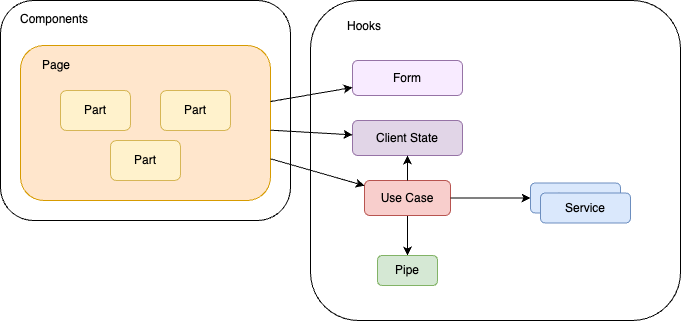
Before: example-app/SantokuApp/.attachments/stereotype.drawio.png, a diagram exported from draw.io (ws-4020/mobile-app-crib-notes). Source tidied: cells renumbered, new cells last; positions are measured from the earlier drawing's top-left corner, leaving out a move shared by most shapes.
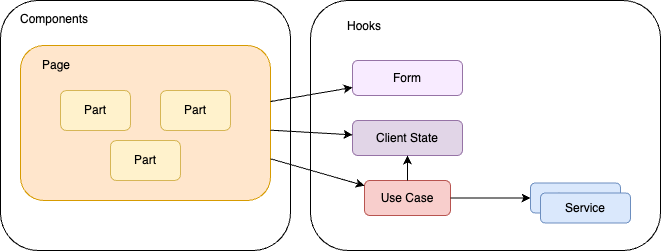
Above is the later version.

The edit, as a diff of the source:
```diff
@@ -3,7 +3,7 @@
     <mxCell id="0" />
     <mxCell id="1" parent="0" />
     <mxCell id="2" value="Components" style="rounded=1;whiteSpace=wrap;html=1;align=left;verticalAlign=top;spacingLeft=18;spacingBottom=0;spacingTop=5;" parent="1" vertex="1">
-      <mxGeometry width="290" height="220" as="geometry" />
+      <mxGeometry width="290" height="250" as="geometry" />
     </mxCell>
     <mxCell id="3" value="Page" style="rounded=1;whiteSpace=wrap;html=1;align=left;verticalAlign=top;spacingLeft=20;spacingTop=6;fillColor=#ffe6cc;strokeColor=#d79b00;" parent="1" vertex="1">
       <mxGeometry x="20" y="45" width="250" height="155" as="geometry" />
@@ -18,11 +18,8 @@
       <mxGeometry x="60" y="90" width="70" height="40" as="geometry" />
     </mxCell>
     <mxCell id="7" value="Hooks" style="rounded=1;whiteSpace=wrap;html=1;align=left;verticalAlign=top;spacingLeft=35;spacingBottom=0;spacingTop=12;" parent="1" vertex="1">
-      <mxGeometry x="310" width="370" height="320" as="geometry" />
+      <mxGeometry x="310" width="350" height="250" as="geometry" />
     </mxCell>
-    <mxCell id="8" style="edgeStyle=orthogonalEdgeStyle;rounded=0;jettySize=auto;html=1;entryX=0.5;entryY=0;entryDx=0;entryDy=0;" parent="1" edge="1" source="9" target="18">
-      <mxGeometry relative="1" as="geometry" />
-    </mxCell>
     <mxCell id="9" value="Use Case" style="rounded=1;whiteSpace=wrap;html=1;fillColor=#f8cecc;strokeColor=#b85450;" parent="1" vertex="1">
       <mxGeometry x="364" y="180" width="86" height="35" as="geometry" />
     </mxCell>
@@ -50,9 +47,6 @@
     <mxCell id="17" style="endArrow=classic;html=1;rounded=0;" parent="1" edge="1" source="3" target="16">
       <mxGeometry relative="1" as="geometry" />
     </mxCell>
-    <mxCell id="18" value="Pipe" style="rounded=1;whiteSpace=wrap;html=1;fillColor=#d5e8d4;strokeColor=#82b366;" parent="1" vertex="1">
-      <mxGeometry x="377" y="255" width="60" height="30" as="geometry" />
-    </mxCell>
     <mxCell id="19" value="Service" style="rounded=1;whiteSpace=wrap;html=1;fillColor=#dae8fc;strokeColor=#6c8ebf;" parent="1" vertex="1">
       <mxGeometry x="540" y="192.5" width="90" height="30" as="geometry" />
     </mxCell>
```
